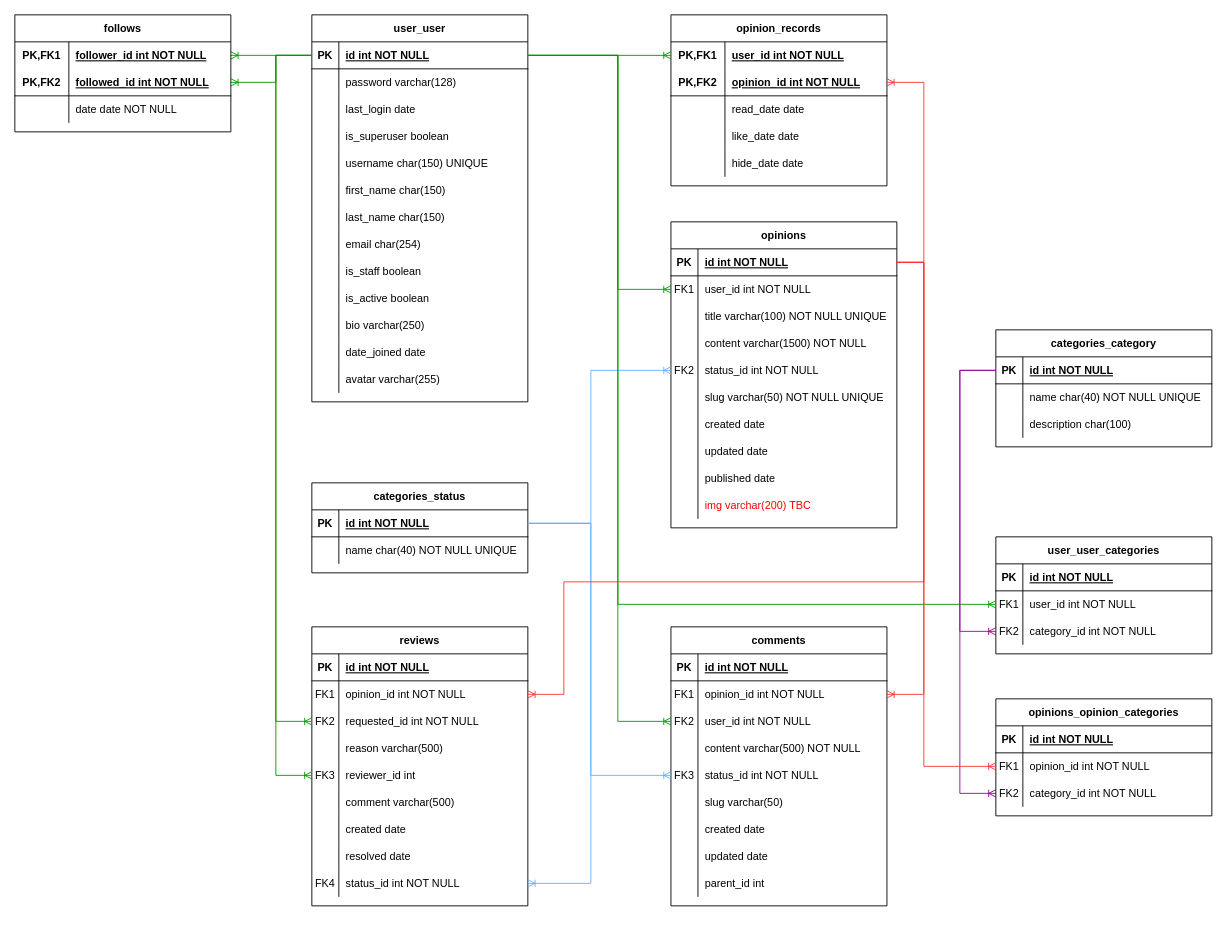
The draw.io diagram page "database-schema" (1 of 14) of doc/design/soapbox.drawio in ibuttimer/soapbox, before the edit. Source tidied: cells renumbered, new cells numbered last; positions are measured from the earlier drawing's top-left corner, leaving out a move shared by most shapes. Both pictures are drawn from the tidied source at 90%, with x=0, y=0 at pixel (14, 14).
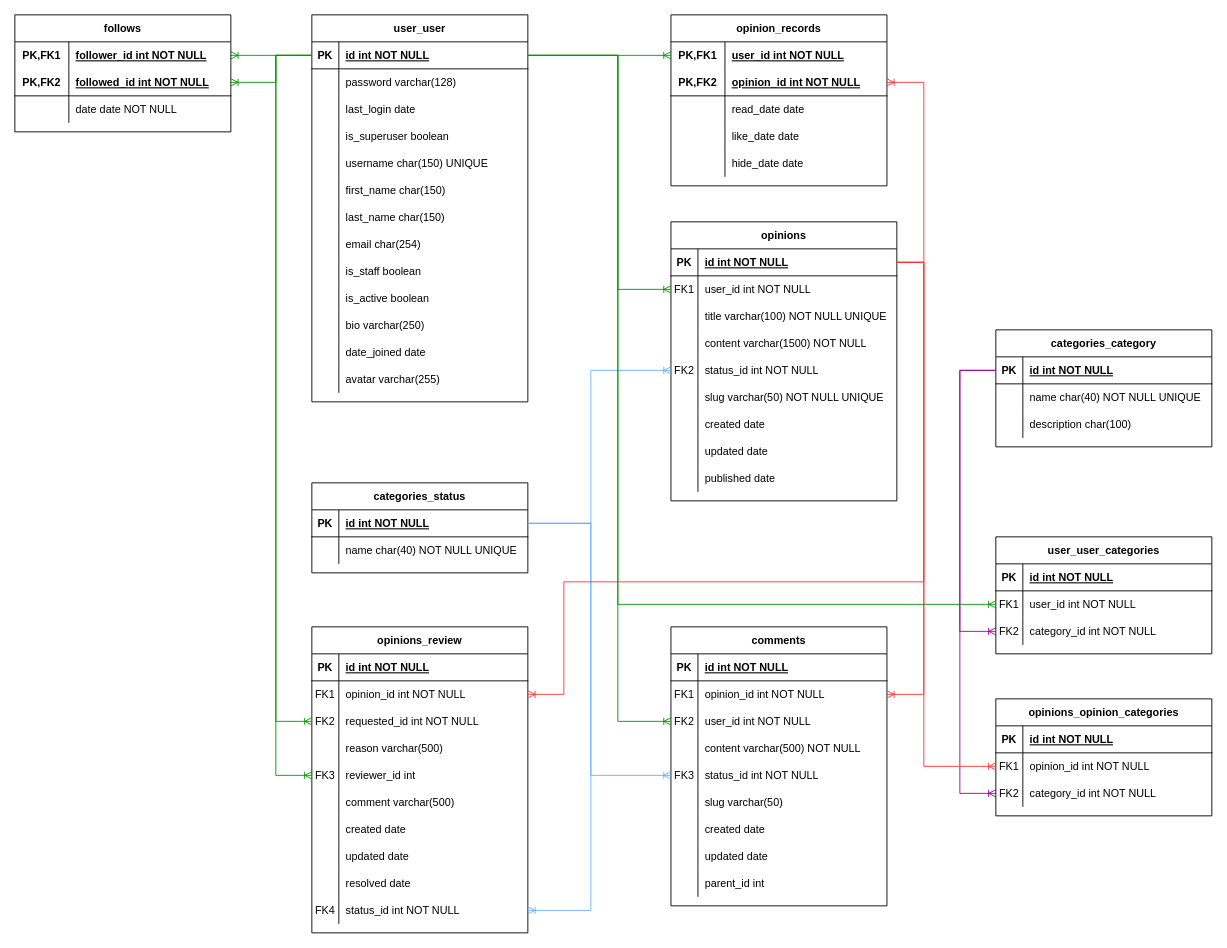
After the change.

Commit message (it also covers changes not shown here):
feat: Add review model, closes #42

Change to the diagram source:
```diff
@@
     <mxCell id="2" value="opinions" style="shape=table;startSize=30;childLayout=tableLayout;rowLines=0;fontStyle=1;align=center;" parent="1" vertex="1">
-      <mxGeometry x="729" y="230" width="251" height="340" as="geometry" />
+      <mxGeometry x="729" y="230" width="251" height="310" as="geometry" />
     </mxCell>
@@
-    <mxCell id="30" style="shape=partialRectangle;fillColor=none;top=0;left=0;right=0;bottom=0;" parent="2" vertex="1">
-      <mxGeometry y="300" width="251" height="30" as="geometry" />
-    </mxCell>
-    <mxCell id="31" style="shape=partialRectangle;overflow=hidden;fillColor=none;top=0;left=0;bottom=0;right=0;" parent="30" vertex="1">
-      <mxGeometry width="30" height="30" as="geometry" />
-    </mxCell>
-    <mxCell id="32" value="img varchar(200) TBC" style="shape=partialRectangle;overflow=hidden;fillColor=none;top=0;left=0;bottom=0;right=0;align=left;spacingLeft=6;fontColor=#FF0000;" parent="30" vertex="1">
-      <mxGeometry x="30" width="221" height="30" as="geometry" />
-    </mxCell>
@@
-    <mxCell id="154" value="reviews" style="shape=table;startSize=30;childLayout=tableLayout;rowLines=0;fontStyle=1;align=center;" parent="1" vertex="1">
-      <mxGeometry x="330" y="680" width="240" height="310" as="geometry" />
+    <mxCell id="154" value="opinions_review" style="shape=table;startSize=30;childLayout=tableLayout;rowLines=0;fontStyle=1;align=center;" parent="1" vertex="1">
+      <mxGeometry x="330" y="680" width="240" height="340" as="geometry" />
     </mxCell>
@@
+    <mxCell id="209" style="shape=partialRectangle;fillColor=none;top=0;left=0;right=0;bottom=0;" parent="154" vertex="1">
+      <mxGeometry y="240" width="240" height="30" as="geometry" />
+    </mxCell>
+    <mxCell id="31" style="shape=partialRectangle;overflow=hidden;fillColor=none;top=0;left=0;bottom=0;right=0;" parent="209" vertex="1">
+      <mxGeometry width="30" height="30" as="geometry" />
+    </mxCell>
+    <mxCell id="210" value="updated date" style="shape=partialRectangle;overflow=hidden;fillColor=none;top=0;left=0;bottom=0;right=0;align=left;spacingLeft=6;" parent="209" vertex="1">
+      <mxGeometry x="30" width="210" height="30" as="geometry" />
+    </mxCell>
     <mxCell id="176" style="shape=partialRectangle;fillColor=none;top=0;left=0;right=0;bottom=0;" parent="154" vertex="1">
-      <mxGeometry y="240" width="240" height="30" as="geometry" />
+      <mxGeometry y="270" width="240" height="30" as="geometry" />
     </mxCell>
@@
     <mxCell id="179" style="shape=partialRectangle;fillColor=none;points=[[0,0.5],[1,0.5]];portConstraint=eastwest;top=0;left=0;right=0;bottom=0;" parent="154" vertex="1">
-      <mxGeometry y="270" width="240" height="30" as="geometry" />
+      <mxGeometry y="300" width="240" height="30" as="geometry" />
     </mxCell>
```
